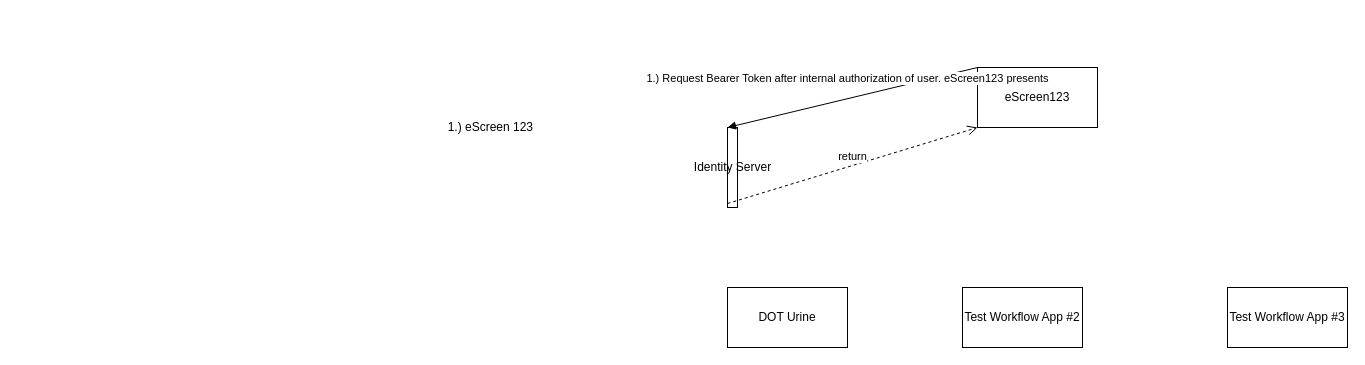
Above: docs/eScreen-test-workflow-process-diagram.drawio in maricleman/Documentation (draw.io), before the change. Source tidied: cells renumbered, new cells numbered last; positions are measured from the earlier drawing's top-left corner, leaving out a move shared by most shapes. Both pictures are drawn from the tidied source at 100%, with x=0, y=0 at pixel (397, 17).
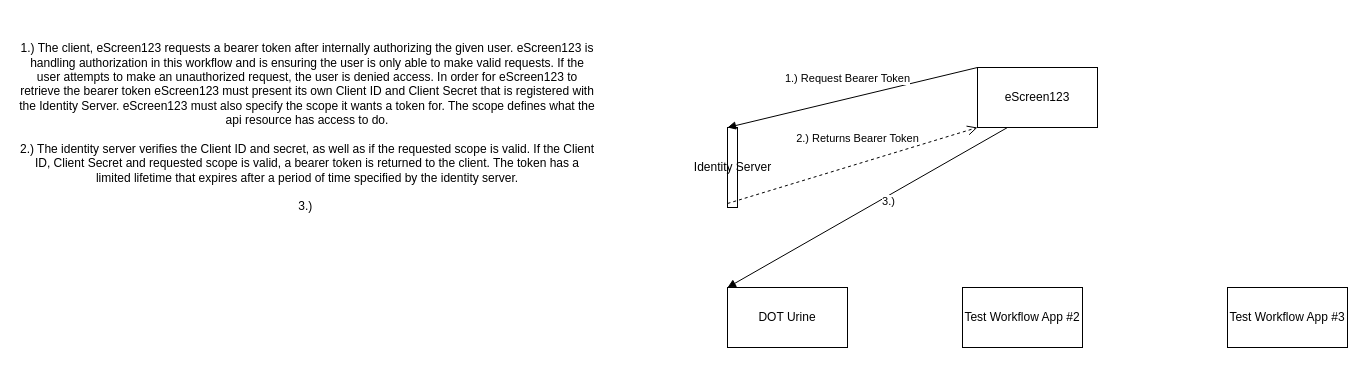
The same diagram, later.

Commit message:
Detailing out the identity server's interactions with the client.

What changed in the source:
```diff
@@
 <mxGraphModel>
   <root>
     <mxCell id="0" />
     <mxCell id="1" parent="0" />
     <mxCell id="2" value="eScreen123" style="rounded=0;whiteSpace=wrap;html=1;" parent="1" vertex="1">
       <mxGeometry x="580" y="50" width="120" height="60" as="geometry" />
     </mxCell>
     <mxCell id="3" value="DOT Urine" style="rounded=0;whiteSpace=wrap;html=1;" parent="1" vertex="1">
       <mxGeometry x="330" y="270" width="120" height="60" as="geometry" />
     </mxCell>
     <mxCell id="4" value="Test Workflow App #2" style="rounded=0;whiteSpace=wrap;html=1;" parent="1" vertex="1">
       <mxGeometry x="565" y="270" width="120" height="60" as="geometry" />
     </mxCell>
     <mxCell id="5" value="Test Workflow App #3" style="rounded=0;whiteSpace=wrap;html=1;" parent="1" vertex="1">
       <mxGeometry x="830" y="270" width="120" height="60" as="geometry" />
     </mxCell>
     <mxCell id="6" value="Identity Server" style="html=1;points=[];perimeter=orthogonalPerimeter;" parent="1" vertex="1">
       <mxGeometry x="330" y="110" width="10" height="80" as="geometry" />
     </mxCell>
-    <mxCell id="7" value="1.) Request Bearer Token after internal authorization of user. eScreen123 presents" style="html=1;verticalAlign=bottom;endArrow=block;entryX=0;entryY=0;exitX=0;exitY=0;exitDx=0;exitDy=0;" parent="1" edge="1" source="2" target="6">
+    <mxCell id="7" value="1.) Request Bearer Token" style="html=1;verticalAlign=bottom;endArrow=block;entryX=0;entryY=0;exitX=0;exitY=0;exitDx=0;exitDy=0;" parent="1" edge="1" source="2" target="6">
       <mxGeometry x="0.02" y="-11" relative="1" as="geometry" />
     </mxCell>
-    <mxCell id="8" value="return" style="html=1;verticalAlign=bottom;endArrow=open;dashed=1;endSize=8;exitX=0;exitY=0.95;entryX=0;entryY=1;entryDx=0;entryDy=0;" parent="1" edge="1" source="6" target="2">
-      <mxGeometry relative="1" as="geometry" />
+    <mxCell id="8" value="2.) Returns Bearer Token" style="html=1;verticalAlign=bottom;endArrow=open;dashed=1;endSize=8;exitX=0;exitY=0.95;entryX=0;entryY=1;entryDx=0;entryDy=0;" parent="1" edge="1" source="6" target="2">
+      <mxGeometry x="0.08" y="16" relative="1" as="geometry" />
     </mxCell>
-    <mxCell id="9" value="1.) eScreen 123&amp;nbsp;" style="text;html=1;strokeColor=none;fillColor=none;align=center;verticalAlign=middle;whiteSpace=wrap;rounded=0;" parent="1" vertex="1">
-      <mxGeometry width="190" height="220" as="geometry" />
+    <mxCell id="9" value="1.) The client, eScreen123 requests a bearer token after internally authorizing the given user. eScreen123 is handling authorization in this workflow and is ensuring the user is only able to make valid requests. If the user attempts to make an unauthorized request, the user is denied access. In order for eScreen123 to retrieve the bearer token eScreen123 must present its own Client ID and Client Secret that is registered with the Identity Server. eScreen123 must also specify the scope it wants a token for. The scope defines what the api resource has access to do.&lt;br&gt;&lt;br&gt;2.) The identity server verifies the Client ID and secret, as well as if the requested scope is valid. If the Client ID, Client Secret and requested scope is valid, a bearer token is returned to the client. The token has a limited lifetime that expires after a period of time specified by the identity server.&lt;br&gt;&lt;br&gt;3.)&amp;nbsp;" style="text;html=1;strokeColor=none;fillColor=none;align=center;verticalAlign=middle;whiteSpace=wrap;rounded=0;" parent="1" vertex="1">
+      <mxGeometry x="-380" width="580" height="220" as="geometry" />
     </mxCell>
+    <mxCell id="10" value="3.)" style="html=1;verticalAlign=bottom;endArrow=block;entryX=0;entryY=0;exitX=0.25;exitY=1;exitDx=0;exitDy=0;entryDx=0;entryDy=0;" parent="1" edge="1" source="2" target="3">
+      <mxGeometry x="-0.1" y="13" relative="1" as="geometry" />
+    </mxCell>
   </root>
 </mxGraphModel>
```
